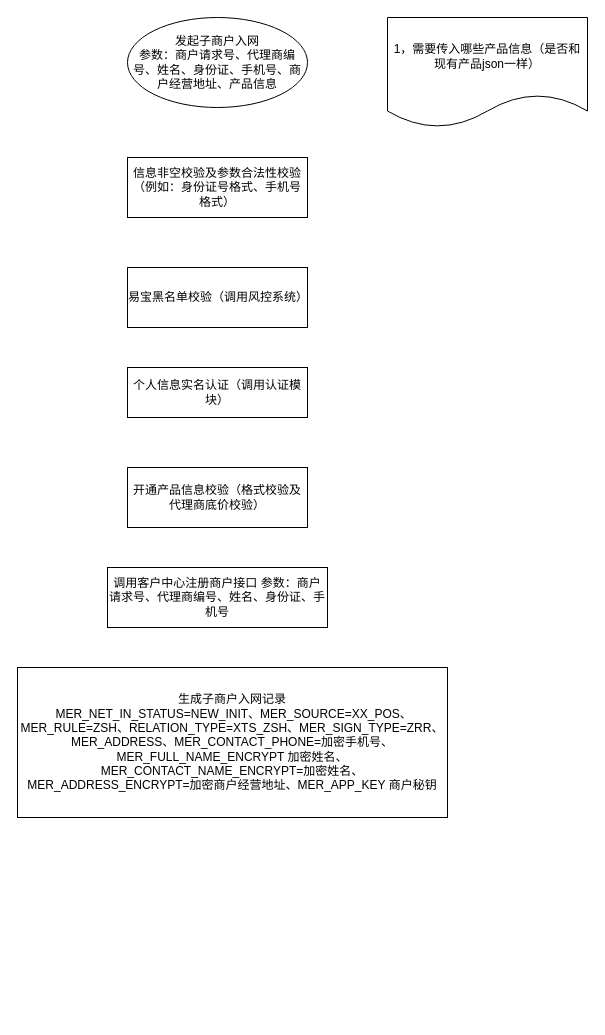
cp0802/drawioRep keeps this draw.io diagram as 子商户入网流程图.drawio. Above is the earlier version. Source tidied: cells renumbered, new cells numbered last; positions are measured from the earlier drawing's top-left corner, leaving out a move shared by most shapes. Both pictures are drawn from the tidied source at 100%, with x=0, y=0 at pixel (17, 17).
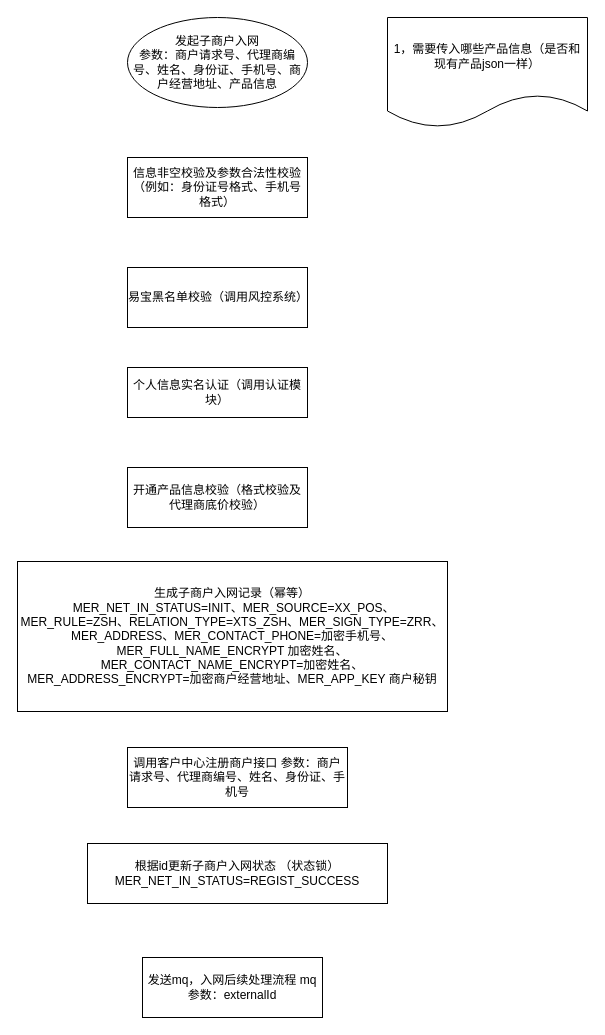
The same diagram, later.

Commit message:
Update 子商户入网流程图.drawio

The edit, as a diff of the source:
```diff
@@
 <mxGraphModel>
   <root>
     <mxCell id="0" />
     <mxCell id="1" parent="0" />
     <mxCell id="2" value="发起子商户入网&lt;br&gt;参数：商户&lt;span&gt;请求号、代理商编号、姓名、身份证、手机号、商户经营地址、产品信息&lt;/span&gt;&lt;br&gt;" style="ellipse;whiteSpace=wrap;html=1;" parent="1" vertex="1">
       <mxGeometry x="110" width="180" height="90" as="geometry" />
     </mxCell>
     <mxCell id="3" value="1，需要传入哪些产品信息（是否和现有产品json一样）" style="shape=document;whiteSpace=wrap;html=1;boundedLbl=1;" parent="1" vertex="1">
       <mxGeometry x="370" width="200" height="110" as="geometry" />
     </mxCell>
     <mxCell id="4" value="信息非空校验及参数合法性校验（例如：身份证号格式、手机号格式）" style="rounded=0;whiteSpace=wrap;html=1;" parent="1" vertex="1">
       <mxGeometry x="110" y="140" width="180" height="60" as="geometry" />
     </mxCell>
     <mxCell id="5" value="易宝黑名单校验（调用风控系统）" style="rounded=0;whiteSpace=wrap;html=1;" parent="1" vertex="1">
       <mxGeometry x="110" y="250" width="180" height="60" as="geometry" />
     </mxCell>
     <mxCell id="6" value="个人信息实名认证（调用认证模块）" style="rounded=0;whiteSpace=wrap;html=1;" parent="1" vertex="1">
       <mxGeometry x="110" y="350" width="180" height="50" as="geometry" />
     </mxCell>
     <mxCell id="7" value="开通产品信息校验（格式校验及代理商底价校验）" style="rounded=0;whiteSpace=wrap;html=1;" parent="1" vertex="1">
       <mxGeometry x="110" y="450" width="180" height="60" as="geometry" />
     </mxCell>
     <mxCell id="8" value="&lt;span&gt;调用客户中心注册商户接口 参数：商户&lt;/span&gt;&lt;span&gt;请求号、代理商编号、姓名、身份证、手机号&lt;/span&gt;&lt;span&gt;&lt;br&gt;&lt;/span&gt;" style="rounded=0;whiteSpace=wrap;html=1;" parent="1" vertex="1">
-      <mxGeometry x="90" y="550" width="220" height="60" as="geometry" />
+      <mxGeometry x="110" y="730" width="220" height="60" as="geometry" />
     </mxCell>
-    <mxCell id="9" value="生成子商户入网记录&lt;br&gt;&amp;nbsp;&lt;span&gt;MER_NET_IN_STATUS=NEW_INIT、&lt;/span&gt;&lt;span&gt;MER_SOURCE=XX_POS、&lt;br&gt;&lt;/span&gt;&lt;span&gt;MER_RULE=&lt;/span&gt;&lt;span&gt;ZSH、&lt;/span&gt;&lt;span&gt;RELATION_TYPE=&lt;/span&gt;&lt;span&gt;XTS_ZSH&lt;/span&gt;、MER_SIGN_TYPE=&lt;span&gt;ZRR、&lt;/span&gt;&lt;span&gt;MER_ADDRESS、&lt;/span&gt;&lt;span&gt;MER_CONTACT_PHONE=加密手机号、&lt;/span&gt;&lt;span&gt;MER_FULL_NAME_ENCRYPT 加密姓名、&lt;/span&gt;&lt;span&gt;MER_CONTACT_NAME_ENCRYPT=加密姓名、&lt;/span&gt;&lt;span&gt;&lt;br&gt;&lt;/span&gt;&lt;span&gt;MER_ADDRESS_ENCRYPT=加密商户经营地址、&lt;/span&gt;&lt;span&gt;MER_APP_KEY 商户秘钥&lt;/span&gt;" style="rounded=0;whiteSpace=wrap;html=1;" parent="1" vertex="1">
-      <mxGeometry y="650" width="430" height="150" as="geometry" />
+    <mxCell id="9" value="生成子商户入网记录（幂等）&lt;br&gt;&amp;nbsp;&lt;span&gt;MER_NET_IN_STATUS=INIT、&lt;/span&gt;&lt;span&gt;MER_SOURCE=XX_POS、&lt;br&gt;&lt;/span&gt;&lt;span&gt;MER_RULE=&lt;/span&gt;&lt;span&gt;ZSH、&lt;/span&gt;&lt;span&gt;RELATION_TYPE=&lt;/span&gt;&lt;span&gt;XTS_ZSH&lt;/span&gt;、MER_SIGN_TYPE=&lt;span&gt;ZRR、&lt;/span&gt;&lt;span&gt;MER_ADDRESS、&lt;/span&gt;&lt;span&gt;MER_CONTACT_PHONE=加密手机号、&lt;/span&gt;&lt;span&gt;MER_FULL_NAME_ENCRYPT 加密姓名、&lt;/span&gt;&lt;span&gt;MER_CONTACT_NAME_ENCRYPT=加密姓名、&lt;/span&gt;&lt;span&gt;&lt;br&gt;&lt;/span&gt;&lt;span&gt;MER_ADDRESS_ENCRYPT=加密商户经营地址、&lt;/span&gt;&lt;span&gt;MER_APP_KEY 商户秘钥&lt;/span&gt;" style="rounded=0;whiteSpace=wrap;html=1;" parent="1" vertex="1">
+      <mxGeometry y="544" width="430" height="150" as="geometry" />
     </mxCell>
+    <mxCell id="10" value="根据id更新子商户入网状态 （状态锁）MER_NET_IN_STATUS=&lt;span&gt;REGIST_SUCCESS&lt;/span&gt;" style="rounded=0;whiteSpace=wrap;html=1;" parent="1" vertex="1">
+      <mxGeometry x="70" y="826" width="300" height="60" as="geometry" />
+    </mxCell>
+    <mxCell id="11" value="发送mq，入网后续处理流程 mq参数：externalId" style="rounded=0;whiteSpace=wrap;html=1;" parent="1" vertex="1">
+      <mxGeometry x="125" y="940" width="180" height="60" as="geometry" />
+    </mxCell>
   </root>
 </mxGraphModel>
```
